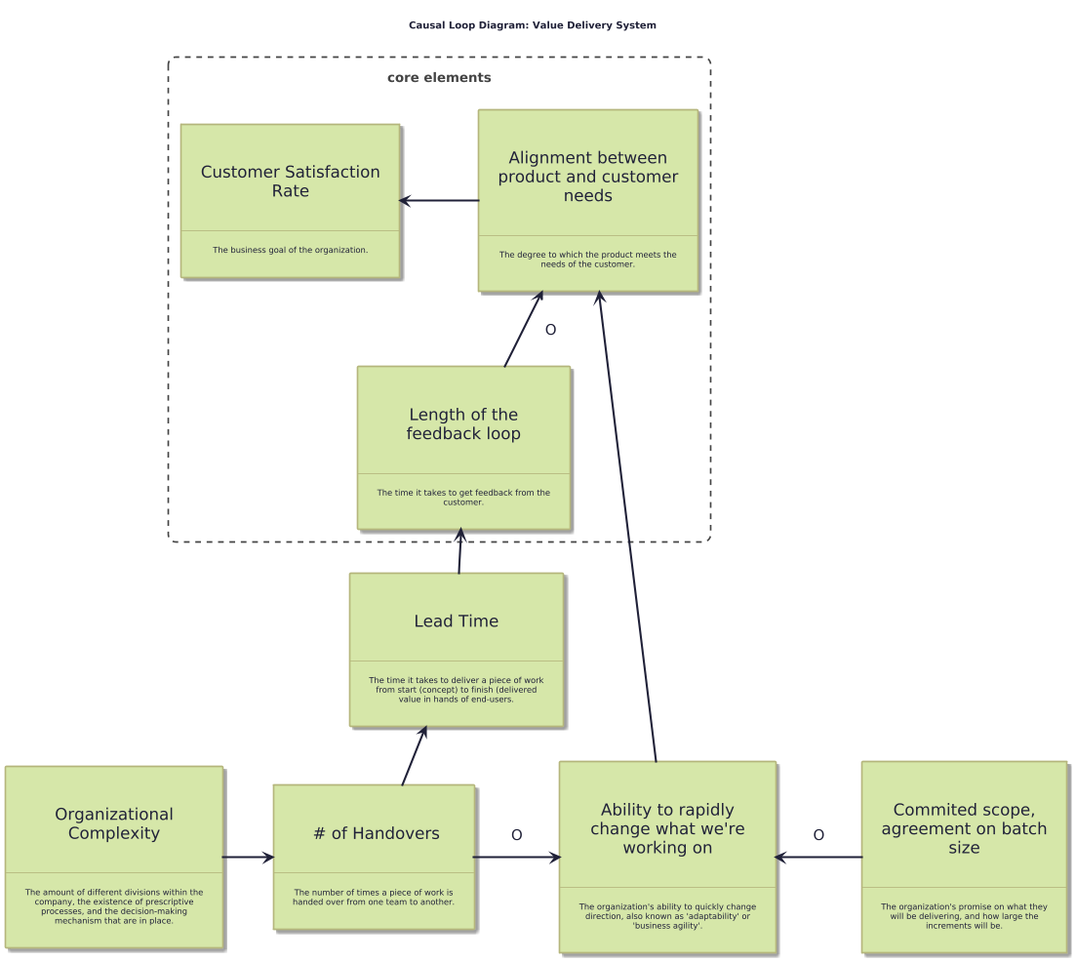
Before: static/images/kata/organizational_elements_CONNECTED.png, a diagram exported from PlantUML (sddevelopment-be/systems-thinking-kata). The source it was exported from:
```plantuml
@startuml
title Causal Loop Diagram: Value Delivery System

!include ../templates/puml-theme-stickies.puml

skinparam backgroundColor white
skinparam linetype disabled

Boundary(core, "core elements") {
	Sticky(customer_satisfaction, "Customer Satisfaction Rate", "The business goal of the organization.")
  Sticky(alignment_to_market, "Alignment between product and customer needs", "The degree to which the product meets the needs of the customer.")
  Sticky(loop_length, "Length of the feedback loop", "The time it takes to get feedback from the customer.")

   alignment_to_market -left-> customer_satisfaction: " "
   loop_length -up-> alignment_to_market: "O"
}

	Sticky(adaptability, "Ability to rapidly change what we're working on", "The organization's ability to quickly change direction, also known as 'adaptability' or 'business agility'.")
	Sticky(scope, "Commited scope, agreement on batch size", "The organization's promise on what they will be delivering, and how large the increments will be.")
  Sticky(complexity, "Organizational Complexity", "The amount of different divisions within the company, the existence of prescriptive processes, and the decision-making mechanism that are in place.")
  Sticky(handovers, " # of Handovers", "The number of times a piece of work is handed over from one team to another.")
  Sticky(lead_time, "Lead Time", "The time it takes to deliver a piece of work from start (concept) to finish (delivered value in hands of end-users.")

adaptability -left-> alignment_to_market
handovers -right-> adaptability : "O"
scope -left-> adaptability : "O"
complexity -right-> handovers
handovers -up-> lead_time
lead_time -up-> loop_length

@enduml
```
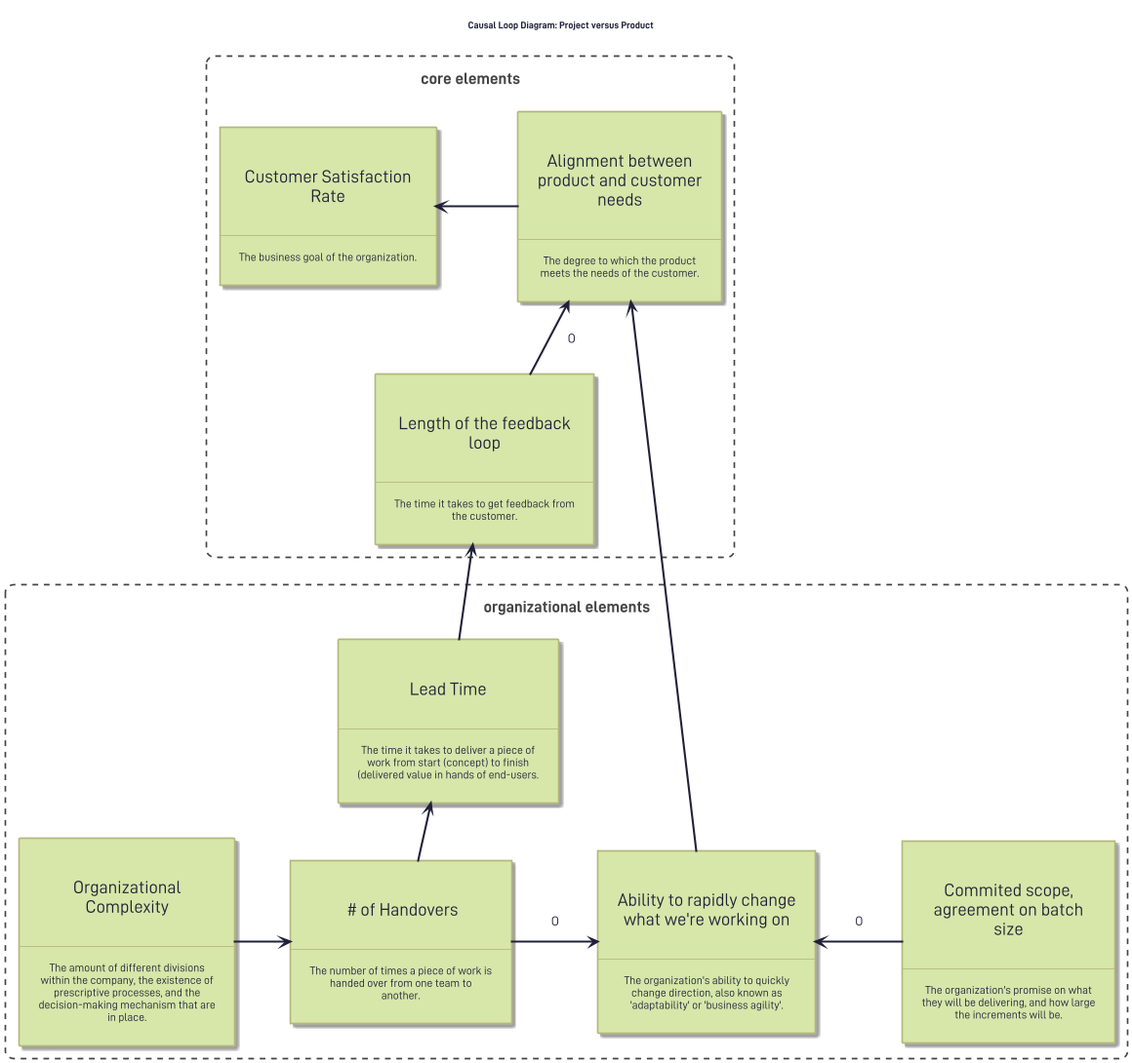
Above is the later version.

What changed in the source:
```diff
@@ -1,5 +1,5 @@
 @startuml
-title Causal Loop Diagram: Value Delivery System
+title Causal Loop Diagram: Project versus Product
 
 !include ../templates/puml-theme-stickies.puml
 
@@ -15,11 +15,13 @@
    loop_length -up-> alignment_to_market: "O"
 }
 
+Boundary(organizational, "organizational elements") {
 	Sticky(adaptability, "Ability to rapidly change what we're working on", "The organization's ability to quickly change direction, also known as 'adaptability' or 'business agility'.")
 	Sticky(scope, "Commited scope, agreement on batch size", "The organization's promise on what they will be delivering, and how large the increments will be.")
   Sticky(complexity, "Organizational Complexity", "The amount of different divisions within the company, the existence of prescriptive processes, and the decision-making mechanism that are in place.")
   Sticky(handovers, " # of Handovers", "The number of times a piece of work is handed over from one team to another.")
   Sticky(lead_time, "Lead Time", "The time it takes to deliver a piece of work from start (concept) to finish (delivered value in hands of end-users.")
+}
 
 adaptability -left-> alignment_to_market
 handovers -right-> adaptability : "O"
```
